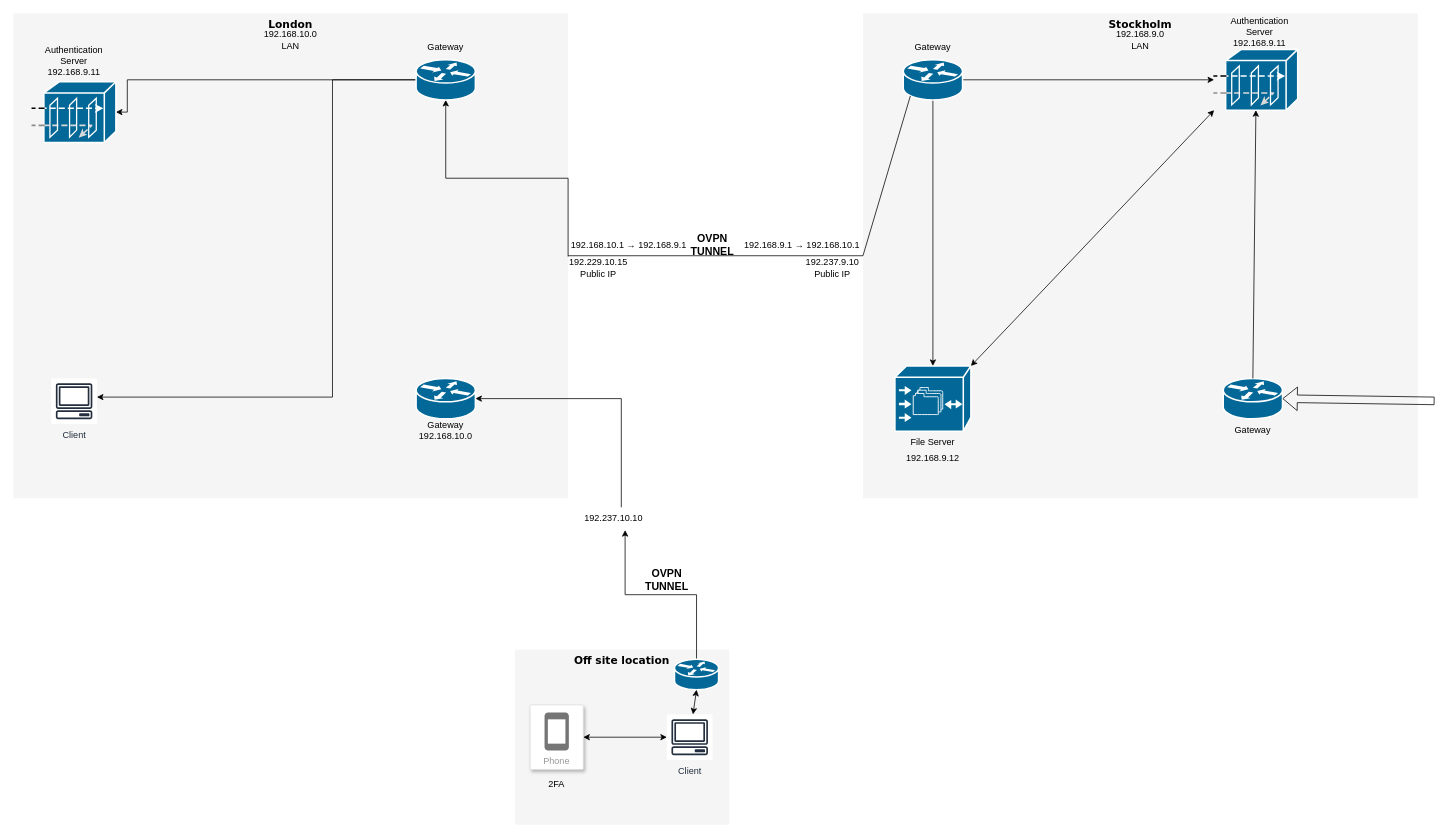
Earlier version of the draw.io diagram Diagrams/Untitled Diagram.drawio (emilstahl97/Building-Networked-Systems-Security-EP2520). Source tidied: cells renumbered, new cells numbered last; positions are measured from the earlier drawing's top-left corner, leaving out a move shared by most shapes. Both pictures are drawn from the tidied source at 76%, with x=0, y=0 at pixel (13, 13).
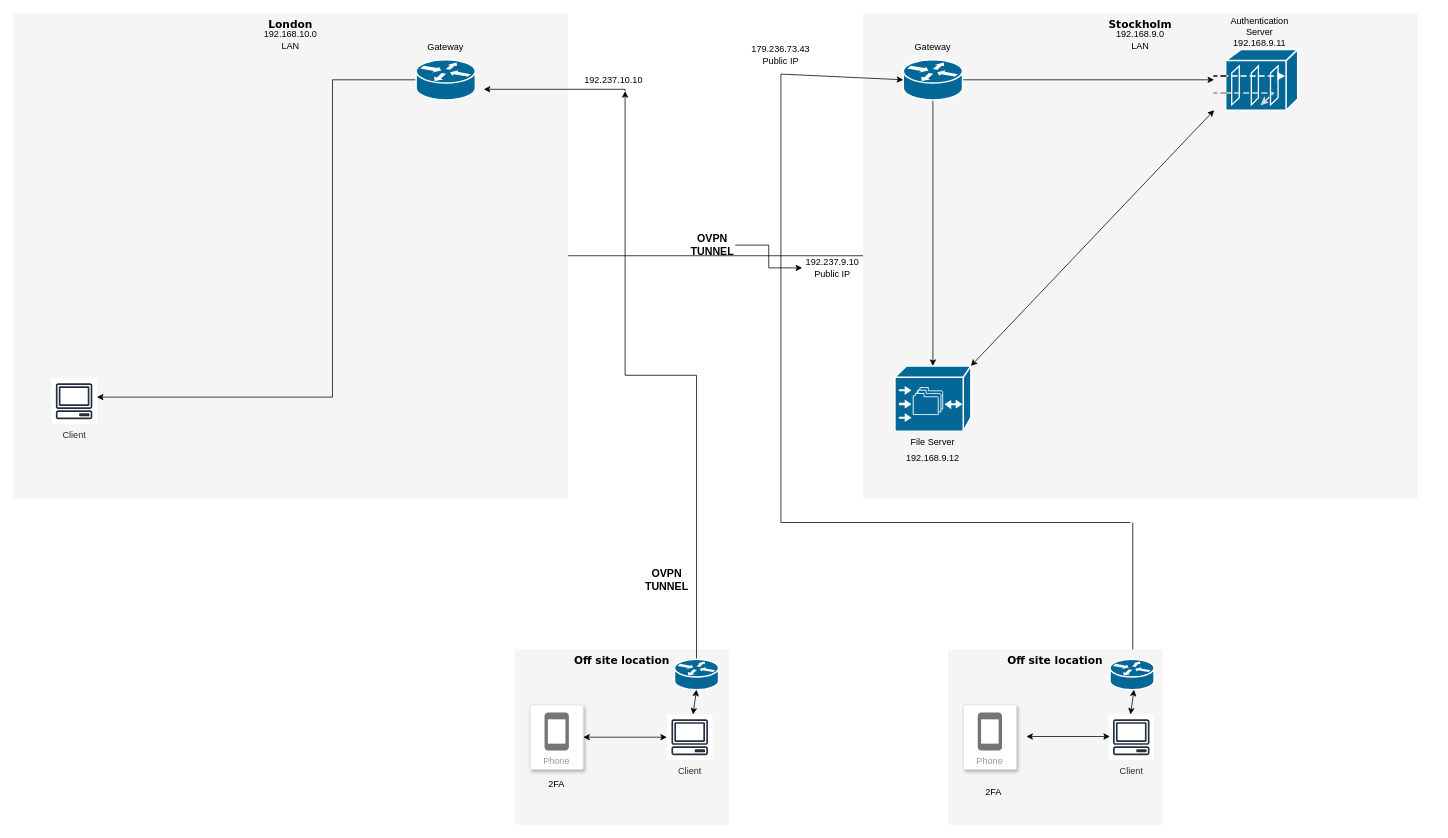
The same diagram, later.

The change refers to these unchanged cells:
```xml
<mxCell id="2" value="Stockholm" style="whiteSpace=wrap;html=1;rounded=0;shadow=0;comic=0;strokeWidth=1;fontFamily=Verdana;fontSize=14;fillColor=#f5f5f5;strokeColor=none;fontStyle=1;verticalAlign=top;" parent="1" vertex="1">
  <mxGeometry x="1118" width="730" height="638" as="geometry" />
</mxCell>
<mxCell id="6" value="&lt;h3&gt;OVPN TUNNEL&lt;/h3&gt;" style="text;html=1;strokeColor=none;fillColor=none;align=center;verticalAlign=middle;whiteSpace=wrap;rounded=0;" parent="1" vertex="1">
  <mxGeometry x="890" y="290" width="60" height="30" as="geometry" />
</mxCell>
<mxCell id="7" value="192.237.9.10&lt;br&gt;Public IP" style="text;html=1;strokeColor=none;fillColor=none;align=center;verticalAlign=middle;whiteSpace=wrap;rounded=0;" parent="1" vertex="1">
  <mxGeometry x="1038" y="320" width="80" height="30" as="geometry" />
</mxCell>
<mxCell id="13" style="shape=mxgraph.cisco.routers.router;sketch=0;html=1;dashed=0;fillColor=#036897;strokeColor=#ffffff;strokeWidth=2;verticalLabelPosition=bottom;verticalAlign=top;align=center;outlineConnect=0;" parent="1" vertex="1">
  <mxGeometry x="1171" y="61" width="78" height="53" as="geometry" />
</mxCell>
<mxCell id="15" style="shape=mxgraph.cisco.security.guard;sketch=0;html=1;dashed=0;fillColor=#036897;strokeColor=#ffffff;strokeWidth=2;verticalLabelPosition=bottom;verticalAlign=top;align=center;outlineConnect=0;" parent="1" vertex="1">
  <mxGeometry x="1580" y="47.5" width="110" height="80" as="geometry" />
</mxCell>
<mxCell id="27" style="shape=mxgraph.cisco.routers.router;sketch=0;html=1;dashed=0;fillColor=#036897;strokeColor=#ffffff;strokeWidth=2;verticalLabelPosition=bottom;verticalAlign=top;align=center;outlineConnect=0;" parent="1" vertex="1">
  <mxGeometry x="530" y="61" width="78" height="53" as="geometry" />
</mxCell>
```

The edit, as a diff of the source:
```diff
@@
+    <mxCell id="49" style="edgeStyle=orthogonalEdgeStyle;rounded=0;jettySize=auto;html=1;" parent="1" edge="1" source="6" target="7">
+      <mxGeometry relative="1" as="geometry" />
+    </mxCell>
@@
-    <mxCell id="8" style="edgeStyle=orthogonalEdgeStyle;rounded=0;jettySize=auto;html=1;exitX=0;exitY=0;exitDx=0;exitDy=0;" parent="1" edge="1" source="9" target="27">
-      <mxGeometry relative="1" as="geometry" />
-    </mxCell>
-    <mxCell id="9" value="192.229.10.15&lt;br&gt;Public IP" style="text;html=1;strokeColor=none;fillColor=none;align=center;verticalAlign=middle;whiteSpace=wrap;rounded=0;" parent="1" vertex="1">
-      <mxGeometry x="730" y="320" width="80" height="30" as="geometry" />
-    </mxCell>
@@
-    <mxCell id="17" style="shape=mxgraph.cisco.routers.router;sketch=0;html=1;dashed=0;fillColor=#036897;strokeColor=#ffffff;strokeWidth=2;verticalLabelPosition=bottom;verticalAlign=top;align=center;outlineConnect=0;" parent="1" vertex="1">
-      <mxGeometry x="1592" y="480.5" width="78" height="53" as="geometry" />
-    </mxCell>
-    <mxCell id="18" value="Gateway" style="text;html=1;strokeColor=none;fillColor=none;align=center;verticalAlign=middle;whiteSpace=wrap;rounded=0;" parent="1" vertex="1">
-      <mxGeometry x="1601" y="533.5" width="60" height="30" as="geometry" />
-    </mxCell>
@@
-    <mxCell id="20" style="endArrow=classic;html=1;rounded=0;entryX=0.5;entryY=1;entryDx=0;entryDy=0;entryPerimeter=0;exitX=0.5;exitY=0;exitDx=0;exitDy=0;exitPerimeter=0;" parent="1" edge="1" source="17" target="15">
-      <mxGeometry relative="1" as="geometry" />
-    </mxCell>
@@
-    <mxCell id="23" style="shape=flexArrow;endArrow=classic;html=1;rounded=0;entryX=1;entryY=0.5;entryDx=0;entryDy=0;entryPerimeter=0;" parent="1" edge="1" target="17">
-      <mxGeometry relative="1" as="geometry">
-        <mxPoint x="1870" y="510" as="sourcePoint" />
-      </mxGeometry>
-    </mxCell>
-    <mxCell id="24" style="endArrow=none;html=1;rounded=0;exitX=0;exitY=0.5;exitDx=0;exitDy=0;entryX=0.12;entryY=0.9;entryDx=0;entryDy=0;entryPerimeter=0;" parent="1" edge="1" source="2" target="13">
-      <mxGeometry relative="1" as="geometry" />
-    </mxCell>
-    <mxCell id="25" style="edgeStyle=orthogonalEdgeStyle;rounded=0;jettySize=auto;html=1;exitX=0;exitY=0.5;exitDx=0;exitDy=0;exitPerimeter=0;entryX=1;entryY=0.5;entryDx=0;entryDy=0;entryPerimeter=0;" parent="1" edge="1" source="27" target="29">
-      <mxGeometry relative="1" as="geometry">
-        <Array as="points">
-          <mxPoint x="150" y="88" />
-          <mxPoint x="150" y="130" />
-        </Array>
-      </mxGeometry>
-    </mxCell>
@@
-    <mxCell id="29" style="shape=mxgraph.cisco.security.guard;sketch=0;html=1;dashed=0;fillColor=#036897;strokeColor=#ffffff;strokeWidth=2;verticalLabelPosition=bottom;verticalAlign=top;align=center;outlineConnect=0;" parent="1" vertex="1">
-      <mxGeometry x="25" y="90" width="110" height="80" as="geometry" />
-    </mxCell>
-    <mxCell id="30" value="Authentication&lt;br&gt;Server&lt;br&gt;192.168.9.11" style="text;html=1;strokeColor=none;fillColor=none;align=center;verticalAlign=middle;whiteSpace=wrap;rounded=0;" parent="1" vertex="1">
-      <mxGeometry x="50" y="47.5" width="60" height="30" as="geometry" />
-    </mxCell>
-    <mxCell id="31" style="edgeStyle=orthogonalEdgeStyle;rounded=0;jettySize=auto;html=1;exitX=1;exitY=0.5;exitDx=0;exitDy=0;exitPerimeter=0;entryX=1;entryY=0.5;entryDx=0;entryDy=0;entryPerimeter=0;" parent="1" edge="1" target="32">
+    <mxCell id="31" style="edgeStyle=orthogonalEdgeStyle;rounded=0;jettySize=auto;html=1;exitX=0.75;exitY=1;exitDx=0;exitDy=0;" parent="1" edge="1" source="35">
       <mxGeometry relative="1" as="geometry">
-        <mxPoint x="800" y="650" as="sourcePoint" />
+        <mxPoint x="619" y="100" as="targetPoint" />
         <Array as="points">
-          <mxPoint x="800" y="507" />
+          <mxPoint x="805" y="100" />
         </Array>
       </mxGeometry>
     </mxCell>
-    <mxCell id="32" style="shape=mxgraph.cisco.routers.router;sketch=0;html=1;dashed=0;fillColor=#036897;strokeColor=#ffffff;strokeWidth=2;verticalLabelPosition=bottom;verticalAlign=top;align=center;outlineConnect=0;" parent="1" vertex="1">
-      <mxGeometry x="530" y="480.5" width="78" height="53" as="geometry" />
-    </mxCell>
-    <mxCell id="33" value="Gateway&lt;br&gt;192.168.10.0" style="text;html=1;strokeColor=none;fillColor=none;align=center;verticalAlign=middle;whiteSpace=wrap;rounded=0;" parent="1" vertex="1">
-      <mxGeometry x="539" y="533.5" width="60" height="30" as="geometry" />
-    </mxCell>
@@
     <mxCell id="35" value="192.237.10.10" style="text;html=1;strokeColor=none;fillColor=none;align=center;verticalAlign=middle;whiteSpace=wrap;rounded=0;" parent="1" vertex="1">
-      <mxGeometry x="760" y="650" width="60" height="30" as="geometry" />
+      <mxGeometry x="760" y="72.5" width="60" height="30" as="geometry" />
     </mxCell>
-    <mxCell id="36" value="&lt;div style=&quot;text-align: left&quot;&gt;&lt;font style=&quot;font-size: 12px&quot;&gt;192.168.10.1&amp;nbsp;&lt;span style=&quot;text-align: center&quot;&gt;→ 192.168.9.1&lt;/span&gt;&lt;/font&gt;&lt;/div&gt;" style="text;html=1;strokeColor=none;fillColor=none;align=center;verticalAlign=middle;whiteSpace=wrap;rounded=0;" parent="1" vertex="1">
-      <mxGeometry x="730" y="290" width="160" height="30" as="geometry" />
-    </mxCell>
-    <mxCell id="37" value="&lt;div style=&quot;text-align: left&quot;&gt;&lt;font style=&quot;font-size: 12px&quot;&gt;192.168.9.1&amp;nbsp;&lt;span style=&quot;text-align: center&quot;&gt;→ 192.168.10.1&lt;/span&gt;&lt;/font&gt;&lt;/div&gt;" style="text;html=1;strokeColor=none;fillColor=none;align=center;verticalAlign=middle;whiteSpace=wrap;rounded=0;" parent="1" vertex="1">
-      <mxGeometry x="958" y="290" width="160" height="30" as="geometry" />
-    </mxCell>
@@
+    <mxCell id="50" value="Off site location" style="whiteSpace=wrap;html=1;rounded=0;shadow=0;comic=0;strokeWidth=1;fontFamily=Verdana;fontSize=14;fillColor=#f5f5f5;strokeColor=none;fontStyle=1;verticalAlign=top;" parent="1" vertex="1">
+      <mxGeometry x="1230" y="837.2" width="282" height="230.5" as="geometry" />
+    </mxCell>
+    <mxCell id="51" style="shape=mxgraph.cisco.routers.router;sketch=0;html=1;dashed=0;fillColor=#036897;strokeColor=#ffffff;strokeWidth=2;verticalLabelPosition=bottom;verticalAlign=top;align=center;" parent="1" vertex="1">
+      <mxGeometry x="1443" y="850" width="58" height="40" as="geometry" />
+    </mxCell>
+    <mxCell id="52" value="Client" style="sketch=0;fontColor=#232F3E;gradientColor=none;strokeColor=#232F3E;fillColor=#ffffff;dashed=0;verticalLabelPosition=bottom;verticalAlign=top;align=center;html=1;fontSize=12;fontStyle=0;shape=mxgraph.aws4.resourceIcon;resIcon=mxgraph.aws4.client;" parent="1" vertex="1">
+      <mxGeometry x="1441" y="922.5" width="60" height="60" as="geometry" />
+    </mxCell>
+    <mxCell id="53" style="endArrow=classic;startArrow=classic;html=1;rounded=0;entryX=0.5;entryY=1;entryDx=0;entryDy=0;entryPerimeter=0;" parent="1" edge="1">
+      <mxGeometry relative="1" as="geometry">
+        <mxPoint x="1470" y="922.5" as="sourcePoint" />
+        <mxPoint x="1474.7" y="890" as="targetPoint" />
+      </mxGeometry>
+    </mxCell>
+    <mxCell id="54" style="endArrow=classic;startArrow=classic;html=1;rounded=0;exitX=1;exitY=0.5;exitDx=0;exitDy=0;" parent="1" edge="1">
+      <mxGeometry relative="1" as="geometry">
+        <mxPoint x="1333" y="951.6" as="sourcePoint" />
+        <mxPoint x="1443" y="951.6" as="targetPoint" />
+      </mxGeometry>
+    </mxCell>
+    <mxCell id="55" value="Phone" style="strokeColor=#dddddd;shadow=1;strokeWidth=1;rounded=1;absoluteArcSize=1;arcSize=2;labelPosition=center;verticalLabelPosition=middle;align=center;verticalAlign=bottom;spacingLeft=0;fontColor=#999999;fontSize=12;whiteSpace=wrap;spacingBottom=2;" parent="1" vertex="1">
+      <mxGeometry x="1250" y="910" width="70" height="85" as="geometry" />
+    </mxCell>
+    <mxCell id="56" style="sketch=0;dashed=0;html=1;fillColor=#757575;strokeColor=none;shape=mxgraph.gcp2.phone;" parent="55" vertex="1">
+      <mxGeometry x="0.5" width="32" height="50" relative="1" as="geometry">
+        <mxPoint x="-16" y="10" as="offset" />
+      </mxGeometry>
+    </mxCell>
+    <mxCell id="57" value="2FA" style="text;html=1;strokeColor=none;fillColor=none;align=center;verticalAlign=middle;whiteSpace=wrap;rounded=0;" parent="1" vertex="1">
+      <mxGeometry x="1260" y="1010" width="60" height="30" as="geometry" />
+    </mxCell>
+    <mxCell id="58" style="endArrow=none;html=1;rounded=0;" parent="1" edge="1">
+      <mxGeometry relative="1" as="geometry">
+        <mxPoint x="1473" y="837.2" as="sourcePoint" />
+        <mxPoint x="1473" y="670" as="targetPoint" />
+      </mxGeometry>
+    </mxCell>
+    <mxCell id="59" style="endArrow=none;html=1;rounded=0;" parent="1" edge="1">
+      <mxGeometry relative="1" as="geometry">
+        <mxPoint x="1010" y="670" as="sourcePoint" />
+        <mxPoint x="1470" y="670" as="targetPoint" />
+      </mxGeometry>
+    </mxCell>
+    <mxCell id="60" style="endArrow=none;html=1;rounded=0;" parent="1" edge="1">
+      <mxGeometry relative="1" as="geometry">
+        <mxPoint x="1010" y="670" as="sourcePoint" />
+        <mxPoint x="1010" y="80" as="targetPoint" />
+      </mxGeometry>
+    </mxCell>
+    <mxCell id="61" style="endArrow=classic;html=1;rounded=0;entryX=0;entryY=0.5;entryDx=0;entryDy=0;entryPerimeter=0;" parent="1" edge="1" target="13">
+      <mxGeometry relative="1" as="geometry">
+        <mxPoint x="1010" y="80" as="sourcePoint" />
+      </mxGeometry>
+    </mxCell>
+    <mxCell id="62" value="179.236.73.43&lt;br&gt;Public IP" style="text;html=1;strokeColor=none;fillColor=none;align=center;verticalAlign=middle;whiteSpace=wrap;rounded=0;" parent="1" vertex="1">
+      <mxGeometry x="970" y="40" width="80" height="30" as="geometry" />
+    </mxCell>
```
